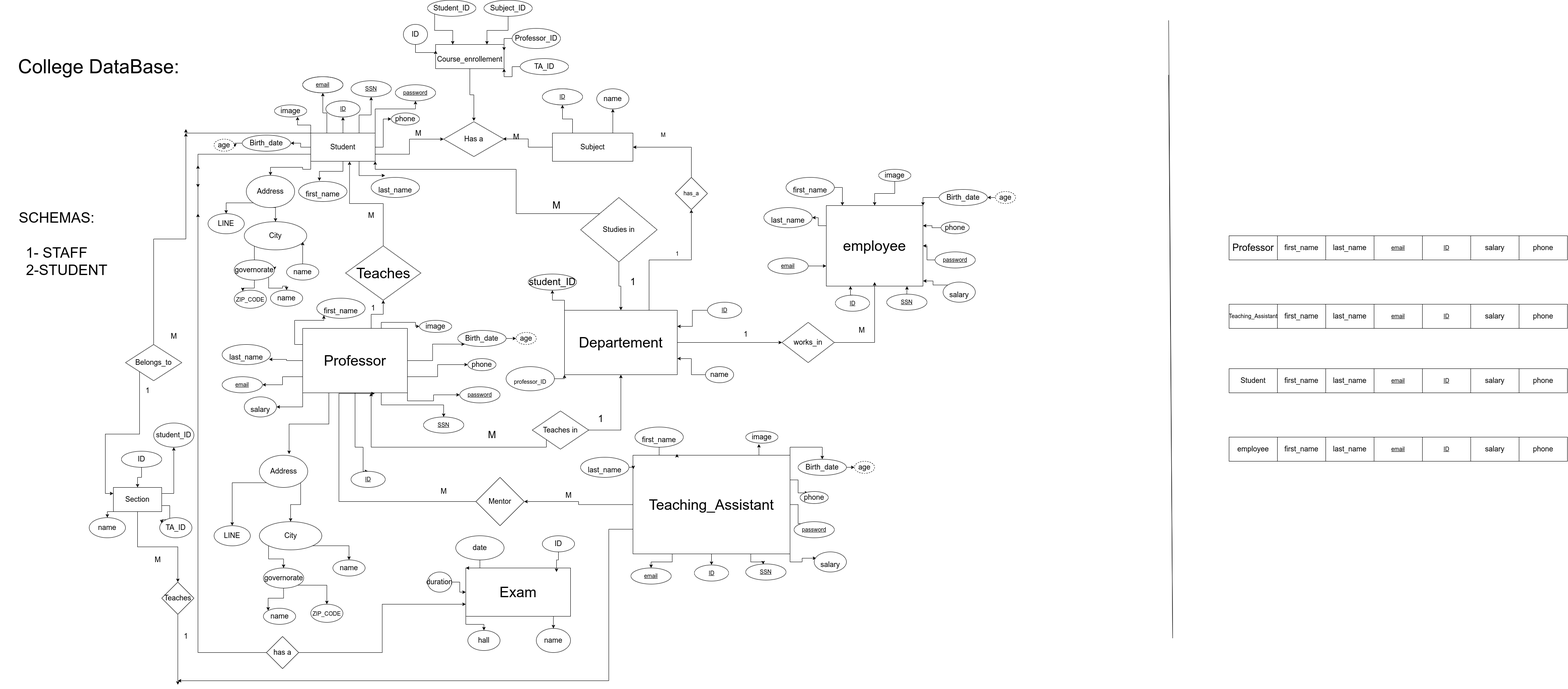
Above: COLLEGE_DEMO.drawio.png in MahmoudHefny2001/DataBase_Work (draw.io), before the change. Source tidied: cells renumbered, new cells last; positions are measured from the earlier drawing's top-left corner, leaving out a move shared by most shapes.
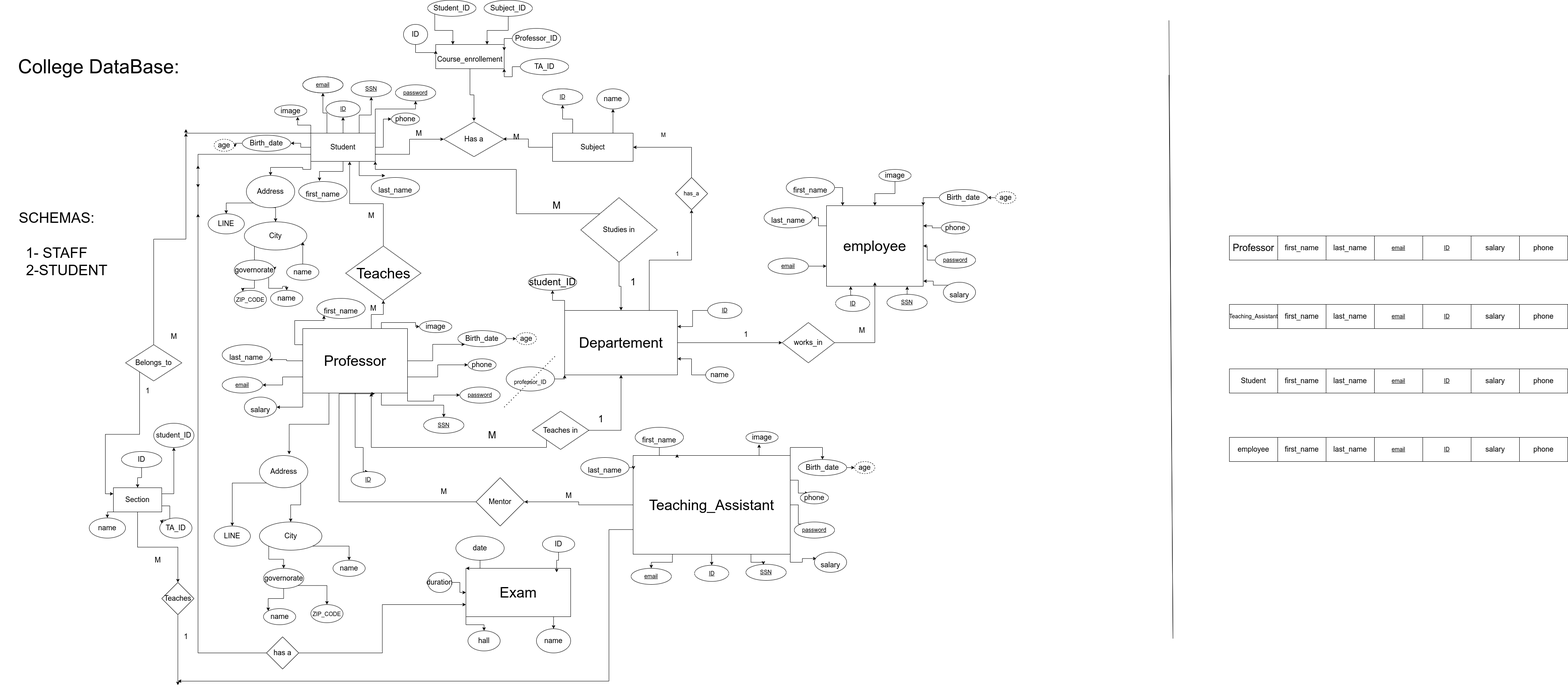
After the commit.

What changed in the source:
```diff
@@ -663,8 +663,8 @@
     <mxCell id="195" value="M" style="text;html=1;align=center;verticalAlign=middle;strokeColor=none;fillColor=none;fontSize=18;" parent="1" vertex="1">
       <mxGeometry x="901" y="515" width="40" height="40" as="geometry" />
     </mxCell>
-    <mxCell id="196" value="1" style="text;html=1;align=center;verticalAlign=middle;strokeColor=none;fillColor=none;fontSize=18;" parent="1" vertex="1">
-      <mxGeometry x="911" y="745" width="30" height="40" as="geometry" />
+    <mxCell id="196" value="M" style="text;html=1;align=center;verticalAlign=middle;strokeColor=none;fillColor=none;fontSize=18;" parent="1" vertex="1">
+      <mxGeometry x="906" y="745" width="40" height="40" as="geometry" />
     </mxCell>
     <mxCell id="197" style="edgeStyle=orthogonalEdgeStyle;rounded=0;jettySize=auto;html=1;exitX=0.5;exitY=1;exitDx=0;exitDy=0;fontSize=18;" parent="1" edge="1" source="198">
       <mxGeometry relative="1" as="geometry">
@@ -913,5 +913,11 @@
     <mxCell id="272" value="&lt;span style=&quot;font-size: 18px;&quot;&gt;phone&lt;/span&gt;" style="rounded=0;whiteSpace=wrap;html=1;" parent="1" vertex="1">
       <mxGeometry x="3771" y="1085" width="120" height="60" as="geometry" />
     </mxCell>
+    <mxCell id="273" style="endArrow=none;dashed=1;html=1;dashPattern=1 3;strokeWidth=2;rounded=0;fontSize=18;" parent="1" edge="1">
+      <mxGeometry relative="1" as="geometry">
+        <mxPoint x="1251" y="1010" as="sourcePoint" />
+        <mxPoint x="1381" y="880" as="targetPoint" />
+      </mxGeometry>
+    </mxCell>
   </root>
 </mxGraphModel>
```
